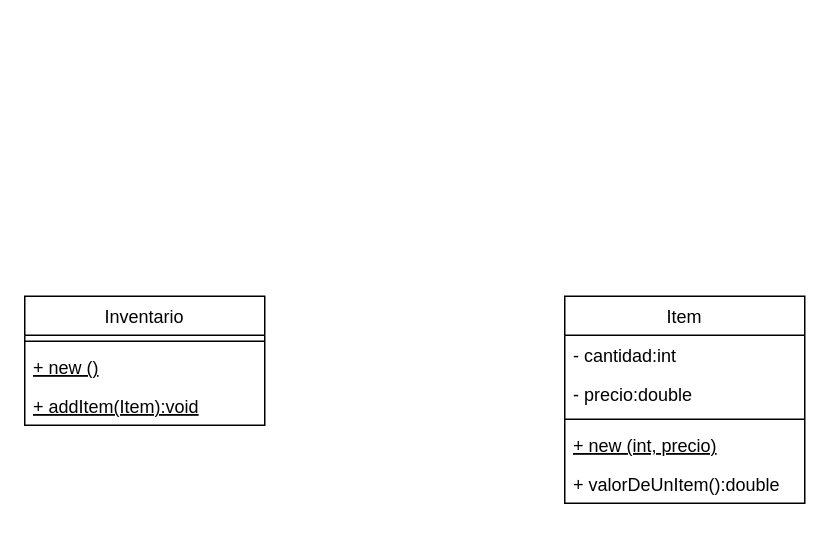
Above: unq-po2-1erParcial-2022-CompañiaDeSeguros.drawio in nhubczyk/Diagramas-UML (draw.io), before the change. Source tidied: cells renumbered, new cells numbered last; positions are measured from the earlier drawing's top-left corner, leaving out a move shared by most shapes. Both pictures are drawn from the tidied source at 150%, with x=0, y=0 at pixel (24, 296).
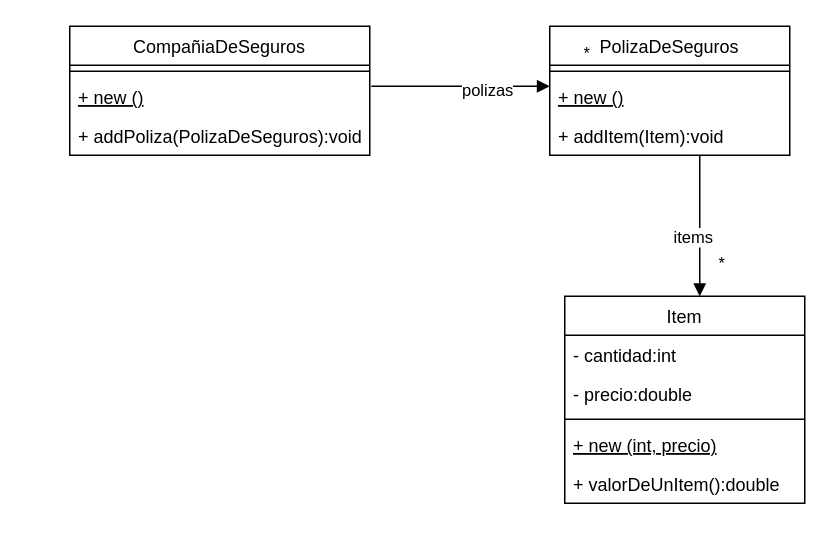
The same diagram, later.

The edit, as a diff of the source:
```diff
@@
-    <mxCell id="8" value="Inventario" style="swimlane;fontStyle=0;align=center;verticalAlign=top;horizontal=1;startSize=26;" parent="1" vertex="1">
-      <mxGeometry width="160" height="86" as="geometry" />
-    </mxCell>
+    <mxCell id="12" value="PolizaDeSeguros" style="swimlane;fontStyle=0;align=center;verticalAlign=top;horizontal=1;startSize=26;" parent="1" vertex="1">
+      <mxGeometry x="350" y="-180" width="160" height="86" as="geometry" />
+    </mxCell>
-    <mxCell id="9" style="line;strokeWidth=1;fillColor=none;align=left;verticalAlign=middle;spacingTop=-1;spacingLeft=3;spacingRight=3;labelPosition=right;strokeColor=inherit;" parent="8" vertex="1">
+    <mxCell id="9" style="line;strokeWidth=1;fillColor=none;align=left;verticalAlign=middle;spacingTop=-1;spacingLeft=3;spacingRight=3;labelPosition=right;strokeColor=inherit;" parent="12" vertex="1">
       <mxGeometry y="26" width="160" height="8" as="geometry" />
     </mxCell>
-    <mxCell id="10" value="+ new ()" style="text;strokeColor=none;fillColor=none;align=left;verticalAlign=top;spacingLeft=4;spacingRight=4;overflow=hidden;fontStyle=4;" parent="8" vertex="1">
+    <mxCell id="10" value="+ new ()" style="text;strokeColor=none;fillColor=none;align=left;verticalAlign=top;spacingLeft=4;spacingRight=4;overflow=hidden;fontStyle=4;" parent="12" vertex="1">
       <mxGeometry y="34" width="160" height="26" as="geometry" />
     </mxCell>
-    <mxCell id="11" value="+ addItem(Item):void" style="text;strokeColor=none;fillColor=none;align=left;verticalAlign=top;spacingLeft=4;spacingRight=4;overflow=hidden;fontStyle=4;" parent="8" vertex="1">
+    <mxCell id="11" value="+ addItem(Item):void" style="text;strokeColor=none;fillColor=none;align=left;verticalAlign=top;spacingLeft=4;spacingRight=4;overflow=hidden;fontStyle=0;" parent="12" vertex="1">
       <mxGeometry y="60" width="160" height="26" as="geometry" />
     </mxCell>
+    <mxCell id="13" value="CompañiaDeSeguros" style="swimlane;fontStyle=0;align=center;verticalAlign=top;horizontal=1;startSize=26;" parent="1" vertex="1">
+      <mxGeometry x="30" y="-180" width="200" height="86" as="geometry" />
+    </mxCell>
+    <mxCell id="14" style="line;strokeWidth=1;fillColor=none;align=left;verticalAlign=middle;spacingTop=-1;spacingLeft=3;spacingRight=3;labelPosition=right;strokeColor=inherit;" parent="13" vertex="1">
+      <mxGeometry y="26" width="200" height="8" as="geometry" />
+    </mxCell>
+    <mxCell id="15" value="+ new ()" style="text;strokeColor=none;fillColor=none;align=left;verticalAlign=top;spacingLeft=4;spacingRight=4;overflow=hidden;points=[[0,0.5],[1,0.5]];portConstraint=eastwest;fontStyle=4;" parent="13" vertex="1">
+      <mxGeometry y="34" width="200" height="26" as="geometry" />
+    </mxCell>
+    <mxCell id="16" value="+ addPoliza(PolizaDeSeguros):void" style="text;strokeColor=none;fillColor=none;align=left;verticalAlign=top;spacingLeft=4;spacingRight=4;overflow=hidden;fontStyle=0;" parent="13" vertex="1">
+      <mxGeometry y="60" width="200" height="26" as="geometry" />
+    </mxCell>
+    <mxCell id="17" value="polizas" style="endArrow=block;endFill=1;html=1;edgeStyle=orthogonalEdgeStyle;align=left;verticalAlign=top;rounded=0;exitX=1.005;exitY=0.231;exitDx=0;exitDy=0;exitPerimeter=0;" parent="1" edge="1" source="15">
+      <mxGeometry y="10" relative="1" as="geometry">
+        <mxPoint x="350" y="-140" as="targetPoint" />
+      </mxGeometry>
+    </mxCell>
+    <mxCell id="18" value="*" style="edgeLabel;html=1;align=left;verticalAlign=bottom;" parent="17" vertex="1">
+      <mxGeometry x="-1" relative="1" as="geometry">
+        <mxPoint x="140" y="-14" as="offset" />
+      </mxGeometry>
+    </mxCell>
+    <mxCell id="19" value="items" style="endArrow=block;endFill=1;html=1;edgeStyle=orthogonalEdgeStyle;align=left;verticalAlign=top;rounded=0;" parent="1" edge="1">
+      <mxGeometry x="-0.11" y="-19" relative="1" as="geometry">
+        <mxPoint x="450" y="-94" as="sourcePoint" />
+        <mxPoint x="450" as="targetPoint" />
+        <Array as="points">
+          <mxPoint x="450.5" y="-24" />
+          <mxPoint x="450.5" y="-24" />
+        </Array>
+      </mxGeometry>
+    </mxCell>
+    <mxCell id="20" value="*" style="edgeLabel;html=1;align=left;verticalAlign=bottom;" parent="19" vertex="1">
+      <mxGeometry x="-1" relative="1" as="geometry">
+        <mxPoint x="11" y="80" as="offset" />
+      </mxGeometry>
+    </mxCell>
```
